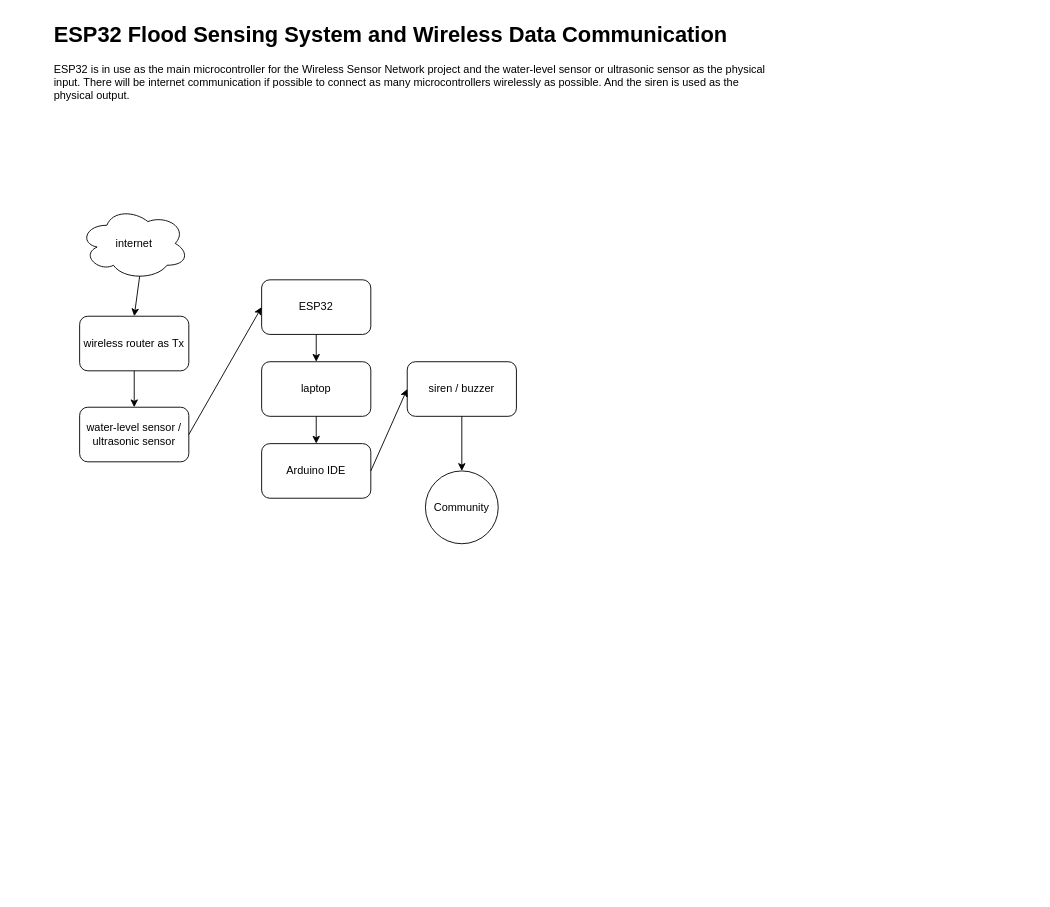
troders34/troders34 keeps this draw.io diagram as WSN 4 Pre Thesis.drawio. Above is the earlier version. Source tidied: cells renumbered, new cells numbered last; positions are measured from the earlier drawing's top-left corner, leaving out a move shared by most shapes. Both pictures are drawn from the tidied source at 91%, with x=0, y=0 at pixel (52, 15).
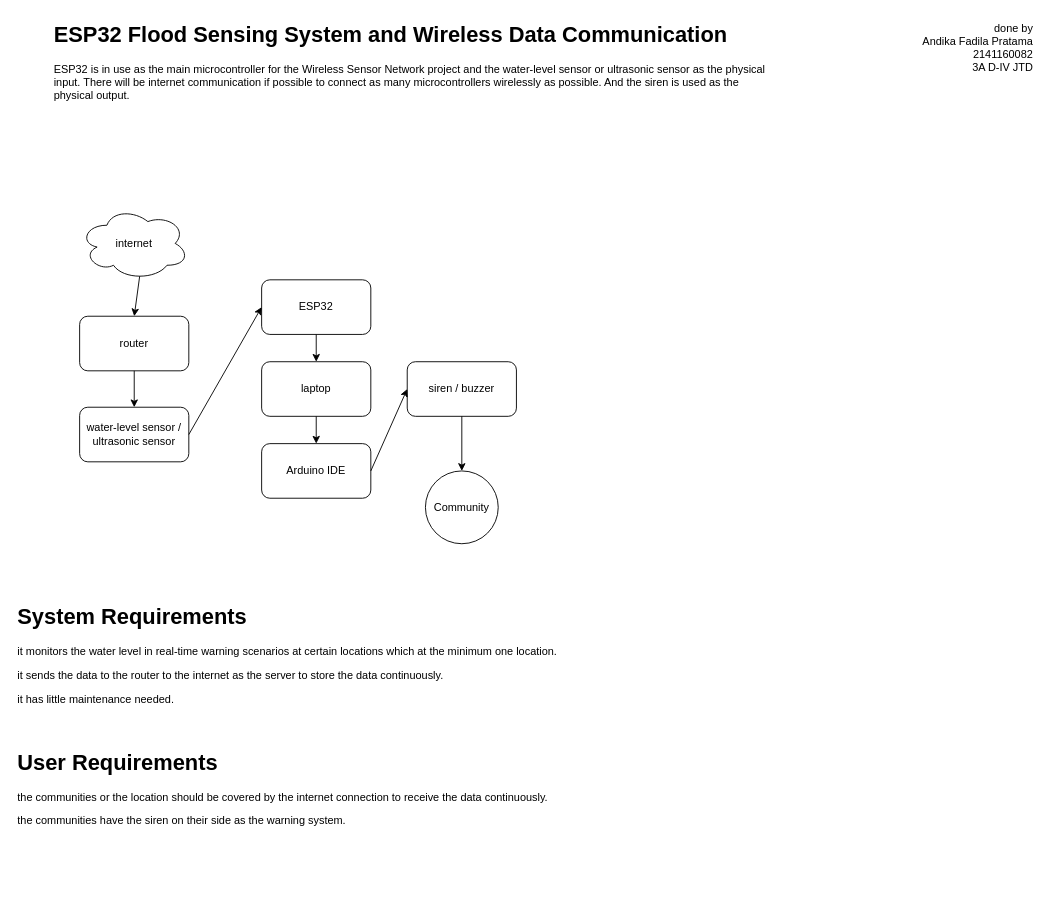
The same diagram, later.

The edit, as a diff of the source:
```diff
@@
-    <mxCell id="5" value="wireless router as Tx" style="rounded=1;whiteSpace=wrap;html=1;" parent="1" vertex="1">
+    <mxCell id="5" value="router" style="rounded=1;whiteSpace=wrap;html=1;" parent="1" vertex="1">
       <mxGeometry x="30" y="330" width="120" height="60" as="geometry" />
     </mxCell>
@@
+    <mxCell id="18" value="&lt;h1 style=&quot;margin-top: 0px;&quot;&gt;System Requirements&lt;/h1&gt;&lt;p&gt;it monitors the water level in real-time warning scenarios at certain locations which at the minimum one location.&lt;/p&gt;&lt;p&gt;it sends the data to the router to the internet as the server to store the data continuously.&lt;/p&gt;&lt;p&gt;it has little maintenance needed.&lt;/p&gt;" style="text;html=1;whiteSpace=wrap;overflow=hidden;rounded=0;" parent="1" vertex="1">
+      <mxGeometry x="-40" y="640" width="760" height="120" as="geometry" />
+    </mxCell>
+    <mxCell id="19" value="&lt;h1 style=&quot;margin-top: 0px;&quot;&gt;User Requirements&lt;/h1&gt;&lt;p&gt;&lt;span style=&quot;background-color: initial;&quot;&gt;the communities or the location should be covered by the internet connection to receive the data continuously.&lt;/span&gt;&lt;br&gt;&lt;/p&gt;&lt;p&gt;&lt;span style=&quot;background-color: initial;&quot;&gt;the communities have the siren on their side as the warning system.&lt;/span&gt;&lt;/p&gt;" style="text;html=1;whiteSpace=wrap;overflow=hidden;rounded=0;" parent="1" vertex="1">
+      <mxGeometry x="-40" y="800" width="600" height="160" as="geometry" />
+    </mxCell>
+    <mxCell id="20" value="done by&lt;div&gt;Andika Fadila Pratama&lt;/div&gt;&lt;div&gt;2141160082&lt;/div&gt;&lt;div&gt;3A D-IV JTD&lt;/div&gt;" style="text;html=1;align=right;verticalAlign=middle;whiteSpace=wrap;rounded=0;" parent="1" vertex="1">
+      <mxGeometry x="760" width="320" height="70" as="geometry" />
+    </mxCell>
```
